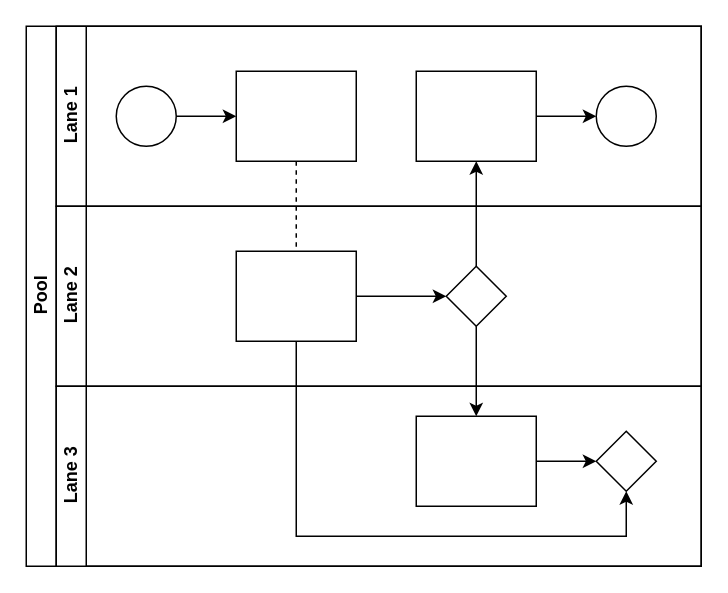
The draw.io diagram 未命名绘图.drawio in whl595145999/draw, before the edit. Source tidied: cells renumbered, new cells numbered last; positions are measured from the earlier drawing's top-left corner, leaving out a move shared by most shapes. Both pictures are drawn from the tidied source at 150%, with x=0, y=0 at pixel (26, 26).
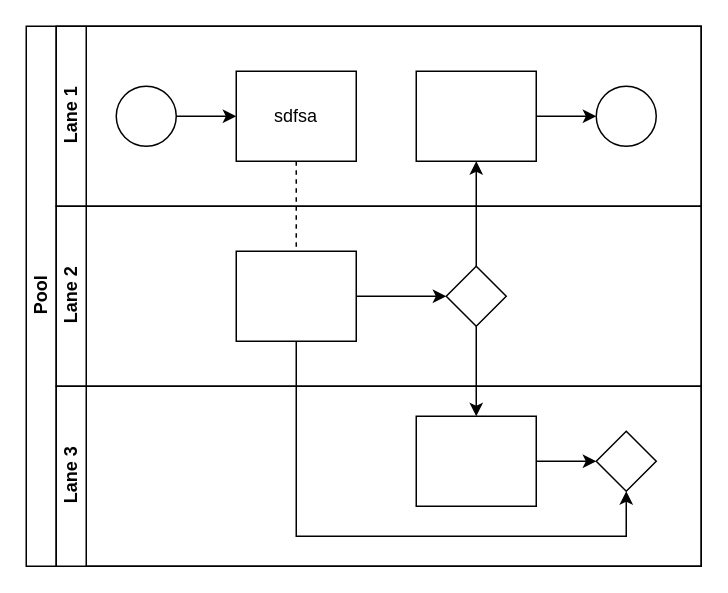
After the change.

Commit message:
更新未命名绘图.drawio

The change refers to these unchanged cells:
```xml
<mxCell id="7" value="Lane 1" style="swimlane;html=1;startSize=20;horizontal=0;" parent="2" vertex="1">
  <mxGeometry x="20" width="430" height="120" as="geometry" />
</mxCell>
```

What changed in the source:
```diff
@@
-    <mxCell id="10" style="rounded=0;whiteSpace=wrap;html=1;fontFamily=Helvetica;fontSize=12;fontColor=#000000;align=center;" parent="7" vertex="1">
+    <mxCell id="10" value="sdfsa" style="rounded=0;whiteSpace=wrap;html=1;fontFamily=Helvetica;fontSize=12;fontColor=#000000;align=center;" parent="7" vertex="1">
       <mxGeometry x="120" y="30" width="80" height="60" as="geometry" />
     </mxCell>
```
